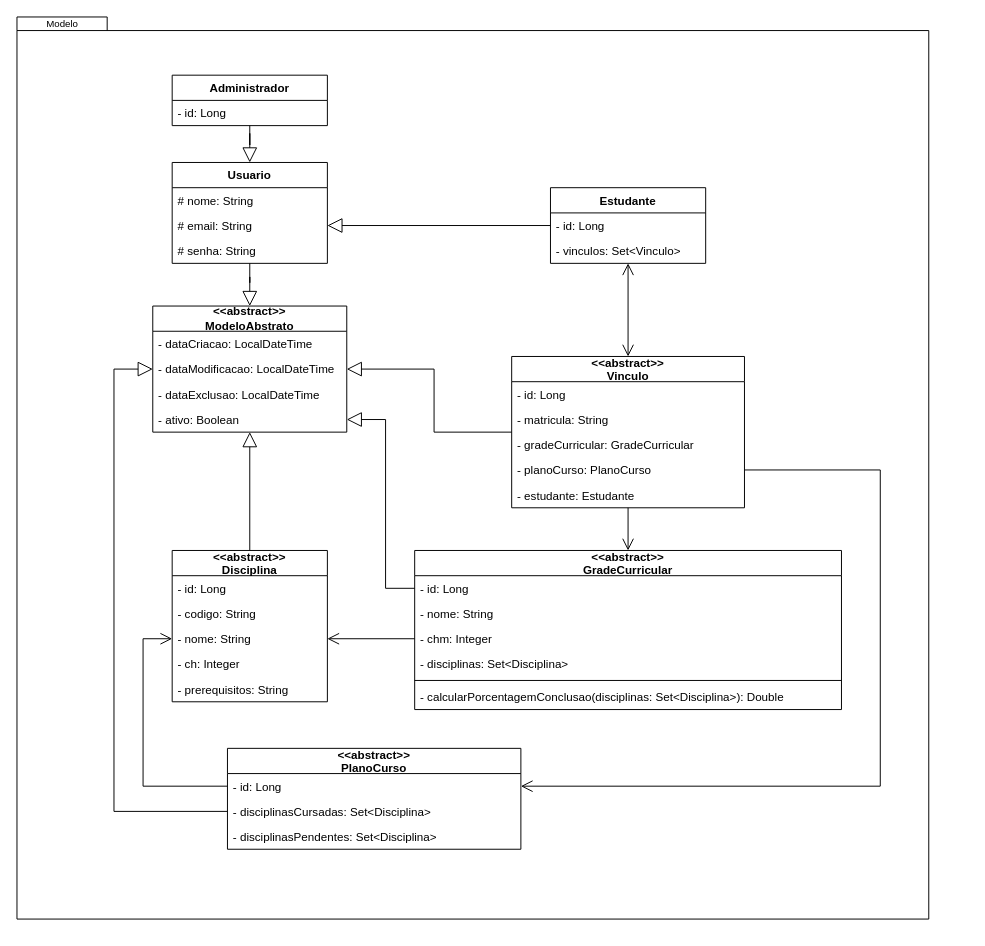
Before: page "Modelo (Framework)" (2 of 8) of planejamento/modelagem/Temp.drawio in arturo32/PODE, a draw.io diagram. Source tidied: cells renumbered, new cells numbered last; positions are measured from the earlier drawing's top-left corner, leaving out a move shared by most shapes. Both pictures are drawn from the tidied source at 97%, with x=0, y=0 at pixel (16, 16).
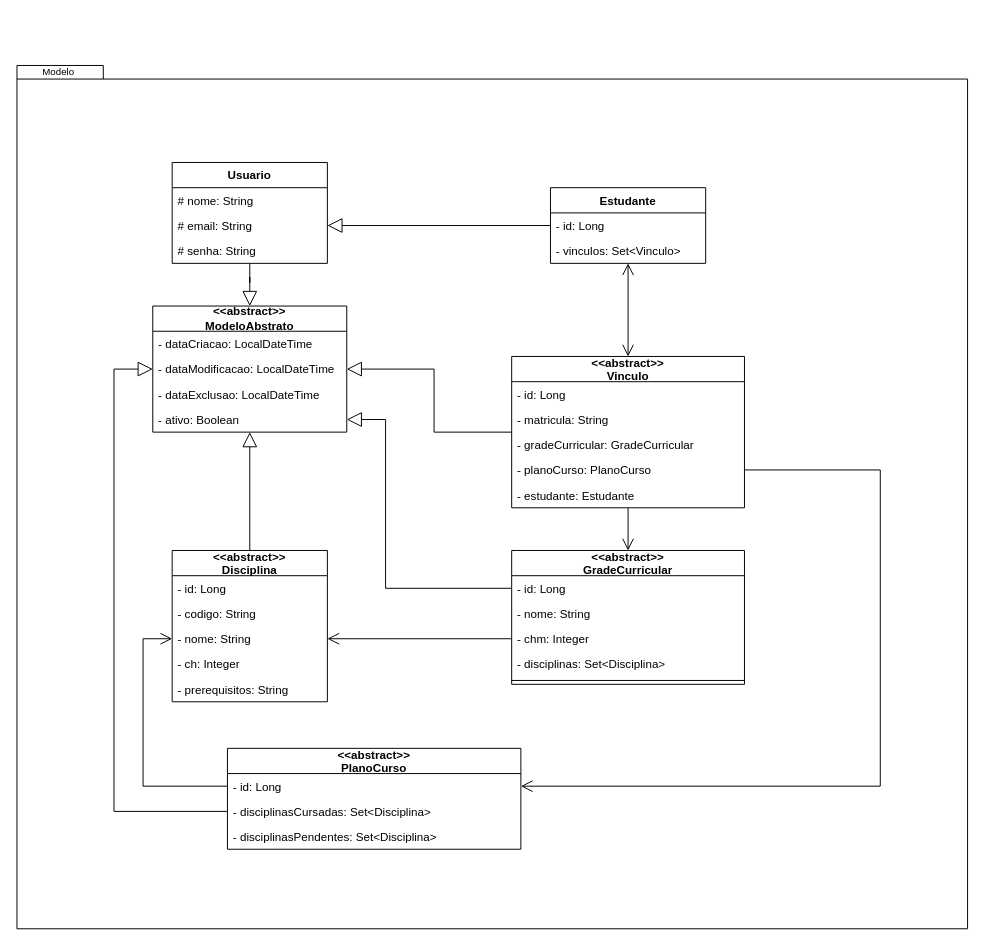
Above is the later version.

Unchanged cells that the change refers to:
```xml
<mxCell id="17" value="Usuario" style="swimlane;fontStyle=1;align=center;verticalAlign=top;horizontal=1;startSize=26;rounded=0;shadow=0;glass=0;sketch=0;" parent="1" vertex="1">
  <mxGeometry x="160" y="150" width="160" height="104" as="geometry" />
</mxCell>
```

What changed in the source:
```diff
@@
     <mxCell id="2" style="group;" parent="1" vertex="1">
-      <mxGeometry width="940" height="930" as="geometry" />
+      <mxGeometry width="980" height="940" as="geometry" />
     </mxCell>
     <mxCell id="3" style="shape=folder;fontStyle=1;spacingTop=10;tabWidth=40;tabHeight=14;tabPosition=left;html=1;" parent="2" vertex="1">
-      <mxGeometry width="940" height="930" as="geometry" />
+      <mxGeometry y="50" width="980" height="890" as="geometry" />
     </mxCell>
-    <mxCell id="4" value="Modelo" style="text;html=1;strokeColor=none;fillColor=none;align=center;verticalAlign=middle;whiteSpace=wrap;rounded=0;fontSize=10;" parent="2" vertex="1">
-      <mxGeometry x="17" y="2" width="60" height="10" as="geometry" />
-    </mxCell>
@@
+    <mxCell id="4" value="Modelo" style="text;html=1;strokeColor=none;fillColor=none;align=center;verticalAlign=middle;whiteSpace=wrap;rounded=0;fontSize=10;" parent="2" vertex="1">
+      <mxGeometry x="13" y="51" width="60" height="10" as="geometry" />
+    </mxCell>
@@
-    <mxCell id="21" style="edgeStyle=orthogonalEdgeStyle;rounded=0;jettySize=auto;html=1;entryX=0.5;entryY=0;entryDx=0;entryDy=0;endArrow=block;endFill=0;startSize=6;endSize=13;strokeWidth=1;fontStyle=1;" parent="1" edge="1" source="22" target="17">
-      <mxGeometry relative="1" as="geometry" />
-    </mxCell>
-    <mxCell id="22" value="Administrador" style="swimlane;fontStyle=1;align=center;verticalAlign=top;horizontal=1;startSize=26;rounded=0;shadow=0;glass=0;sketch=0;" parent="1" vertex="1">
-      <mxGeometry x="160" y="60" width="160" height="52" as="geometry" />
-    </mxCell>
-    <mxCell id="23" value="- id: Long" style="text;strokeColor=none;fillColor=none;align=left;verticalAlign=top;spacingLeft=4;spacingRight=4;overflow=hidden;rounded=0;shadow=0;glass=0;sketch=0;fontStyle=0;" parent="22" vertex="1">
-      <mxGeometry y="26" width="160" height="26" as="geometry" />
-    </mxCell>
@@
     <mxCell id="40" value="&lt;&lt;abstract&gt;&gt;&#10;GradeCurricular" style="swimlane;fontStyle=1;align=center;verticalAlign=middle;horizontal=1;startSize=26;rounded=0;shadow=0;glass=0;sketch=0;" parent="1" vertex="1">
-      <mxGeometry x="410" y="550" width="440" height="164" as="geometry" />
+      <mxGeometry x="510" y="550" width="240" height="138" as="geometry" />
     </mxCell>
     <mxCell id="41" value="- id: Long" style="text;strokeColor=none;fillColor=none;align=left;verticalAlign=top;spacingLeft=4;spacingRight=4;overflow=hidden;points=[[0,0.5],[1,0.5]];portConstraint=eastwest;rounded=0;shadow=0;glass=0;sketch=0;fontStyle=0;" parent="40" vertex="1">
-      <mxGeometry y="26" width="440" height="26" as="geometry" />
+      <mxGeometry y="26" width="240" height="26" as="geometry" />
     </mxCell>
     <mxCell id="42" value="- nome: String" style="text;strokeColor=none;fillColor=none;align=left;verticalAlign=top;spacingLeft=4;spacingRight=4;overflow=hidden;rounded=0;shadow=0;glass=0;sketch=0;fontStyle=0;" parent="40" vertex="1">
-      <mxGeometry y="52" width="440" height="26" as="geometry" />
+      <mxGeometry y="52" width="240" height="26" as="geometry" />
     </mxCell>
     <mxCell id="43" value="- chm: Integer" style="text;strokeColor=none;fillColor=none;align=left;verticalAlign=top;spacingLeft=4;spacingRight=4;overflow=hidden;points=[[0,0.5],[1,0.5]];portConstraint=eastwest;rounded=0;shadow=0;glass=0;sketch=0;fontStyle=0;" parent="40" vertex="1">
-      <mxGeometry y="78" width="440" height="26" as="geometry" />
+      <mxGeometry y="78" width="240" height="26" as="geometry" />
     </mxCell>
     <mxCell id="44" value="- disciplinas: Set&lt;Disciplina&gt;" style="text;strokeColor=none;fillColor=none;align=left;verticalAlign=top;spacingLeft=4;spacingRight=4;overflow=hidden;rounded=0;shadow=0;glass=0;sketch=0;fontStyle=0;" parent="40" vertex="1">
-      <mxGeometry y="104" width="440" height="26" as="geometry" />
+      <mxGeometry y="104" width="240" height="26" as="geometry" />
     </mxCell>
     <mxCell id="45" style="line;strokeWidth=1;fillColor=none;align=left;verticalAlign=middle;spacingTop=-1;spacingLeft=3;spacingRight=3;labelPosition=right;fontStyle=1;" parent="40" vertex="1">
-      <mxGeometry y="130" width="440" height="8" as="geometry" />
+      <mxGeometry y="130" width="240" height="8" as="geometry" />
     </mxCell>
-    <mxCell id="46" value="- calcularPorcentagemConclusao(disciplinas: Set&lt;Disciplina&gt;): Double" style="text;strokeColor=none;fillColor=none;align=left;verticalAlign=top;spacingLeft=4;spacingRight=4;overflow=hidden;rounded=0;shadow=0;glass=0;sketch=0;fontStyle=0;" parent="40" vertex="1">
-      <mxGeometry y="138" width="440" height="26" as="geometry" />
-    </mxCell>
```
